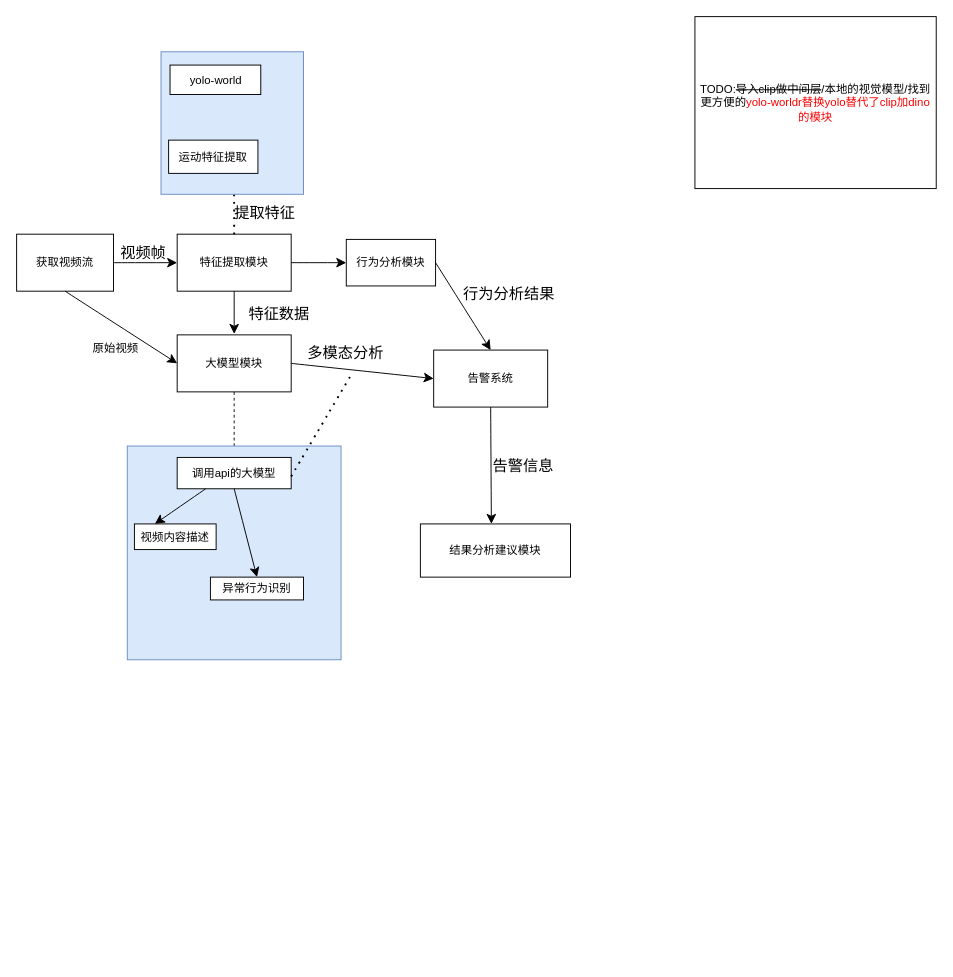
Before: 监控系统.drawio in eriribot/myrepository, a draw.io diagram. Source tidied: cells renumbered, new cells numbered last; positions are measured from the earlier drawing's top-left corner, leaving out a move shared by most shapes. Both pictures are drawn from the tidied source at 95%, with x=0, y=0 at pixel (16, 16).
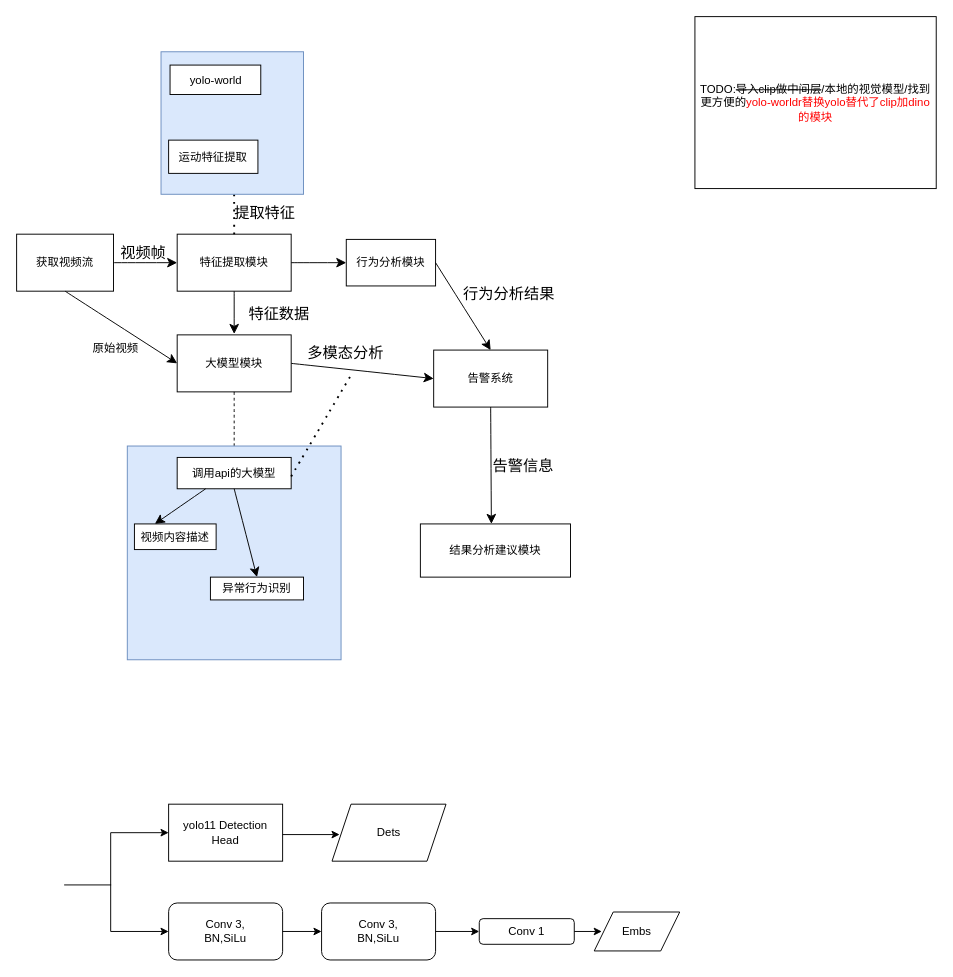
The same page after the edit.

Commit message:
更新监控系统.drawio

Diff of the diagram source:
```diff
@@
+    <mxCell id="35" value="yolo11 Detection Head" style="rounded=0;whiteSpace=wrap;html=1;" parent="1" vertex="1">
+      <mxGeometry x="160" y="829" width="120" height="60" as="geometry" />
+    </mxCell>
+    <mxCell id="36" style="endArrow=classic;html=1;rounded=0;" parent="1" edge="1">
+      <mxGeometry relative="1" as="geometry">
+        <mxPoint x="280" y="861" as="sourcePoint" />
+        <mxPoint x="340" y="861" as="targetPoint" />
+      </mxGeometry>
+    </mxCell>
+    <mxCell id="37" value="Dets" style="shape=parallelogram;perimeter=parallelogramPerimeter;whiteSpace=wrap;html=1;fixedSize=1;" parent="1" vertex="1">
+      <mxGeometry x="332" y="829" width="120" height="60" as="geometry" />
+    </mxCell>
+    <mxCell id="38" value="Conv 3,&lt;div&gt;BN,SiLu&lt;/div&gt;" style="rounded=1;whiteSpace=wrap;html=1;" parent="1" vertex="1">
+      <mxGeometry x="160" y="933" width="120" height="60" as="geometry" />
+    </mxCell>
+    <mxCell id="39" style="endArrow=classic;startArrow=classic;html=1;rounded=0;edgeStyle=elbowEdgeStyle;elbow=vertical;exitX=0;exitY=0.5;exitDx=0;exitDy=0;entryX=0;entryY=0.5;entryDx=0;entryDy=0;" parent="1" edge="1" source="38" target="35">
+      <mxGeometry relative="1" as="geometry">
+        <Array as="points">
+          <mxPoint x="99" y="917" />
+        </Array>
+      </mxGeometry>
+    </mxCell>
+    <mxCell id="40" style="endArrow=none;html=1;rounded=0;" parent="1" edge="1">
+      <mxGeometry relative="1" as="geometry">
+        <mxPoint x="50" y="914" as="sourcePoint" />
+        <mxPoint x="99.5" y="914" as="targetPoint" />
+      </mxGeometry>
+    </mxCell>
+    <mxCell id="41" value="Conv 3,&lt;div&gt;BN,SiLu&lt;/div&gt;" style="rounded=1;whiteSpace=wrap;html=1;" parent="1" vertex="1">
+      <mxGeometry x="321" y="933" width="120" height="60" as="geometry" />
+    </mxCell>
+    <mxCell id="42" style="endArrow=classic;html=1;rounded=0;exitX=1;exitY=0.5;exitDx=0;exitDy=0;entryX=0;entryY=0.5;entryDx=0;entryDy=0;" parent="1" edge="1" source="38" target="41">
+      <mxGeometry relative="1" as="geometry" />
+    </mxCell>
+    <mxCell id="43" value="Conv 1" style="rounded=1;whiteSpace=wrap;html=1;" parent="1" vertex="1">
+      <mxGeometry x="487" y="949.5" width="100" height="27" as="geometry" />
+    </mxCell>
+    <mxCell id="44" style="endArrow=classic;html=1;rounded=0;exitX=1;exitY=0.5;exitDx=0;exitDy=0;entryX=0;entryY=0.5;entryDx=0;entryDy=0;" parent="1" edge="1" source="41" target="43">
+      <mxGeometry relative="1" as="geometry" />
+    </mxCell>
+    <mxCell id="45" style="endArrow=classic;html=1;rounded=0;exitX=1;exitY=0.5;exitDx=0;exitDy=0;" parent="1" edge="1" source="43">
+      <mxGeometry relative="1" as="geometry">
+        <mxPoint x="616" y="963" as="targetPoint" />
+      </mxGeometry>
+    </mxCell>
+    <mxCell id="46" value="Embs" style="shape=parallelogram;perimeter=parallelogramPerimeter;whiteSpace=wrap;html=1;fixedSize=1;" parent="1" vertex="1">
+      <mxGeometry x="608" y="942.5" width="90" height="41" as="geometry" />
+    </mxCell>
```
